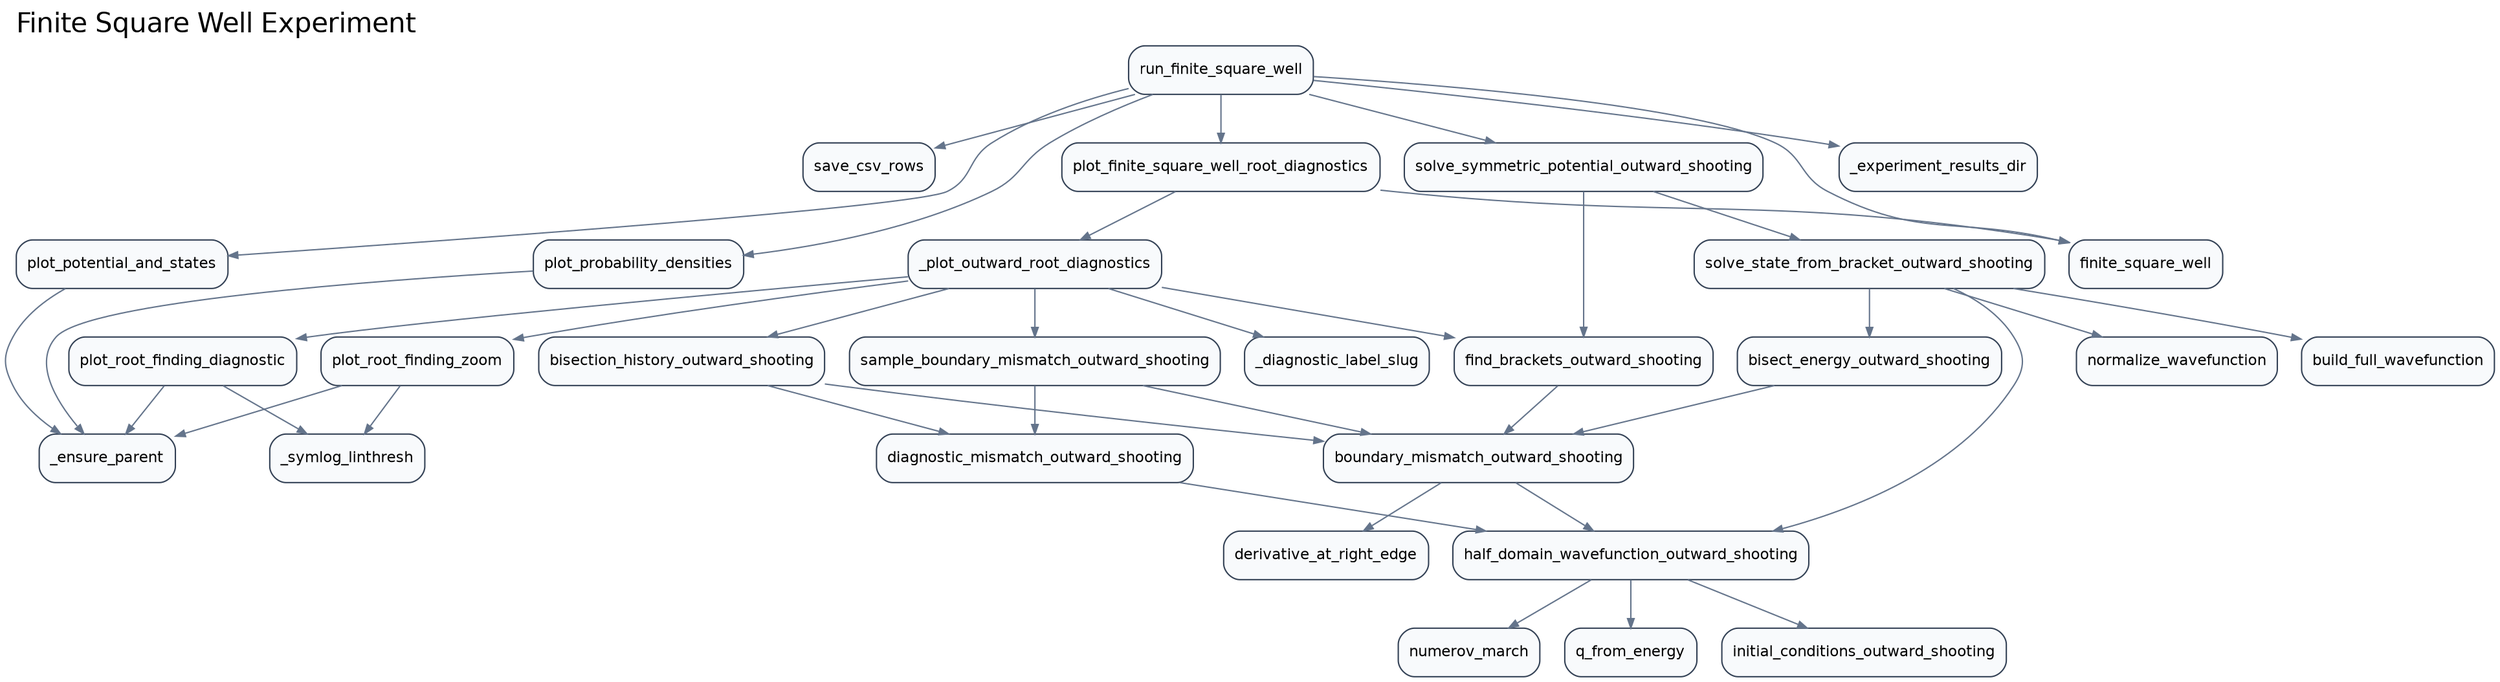
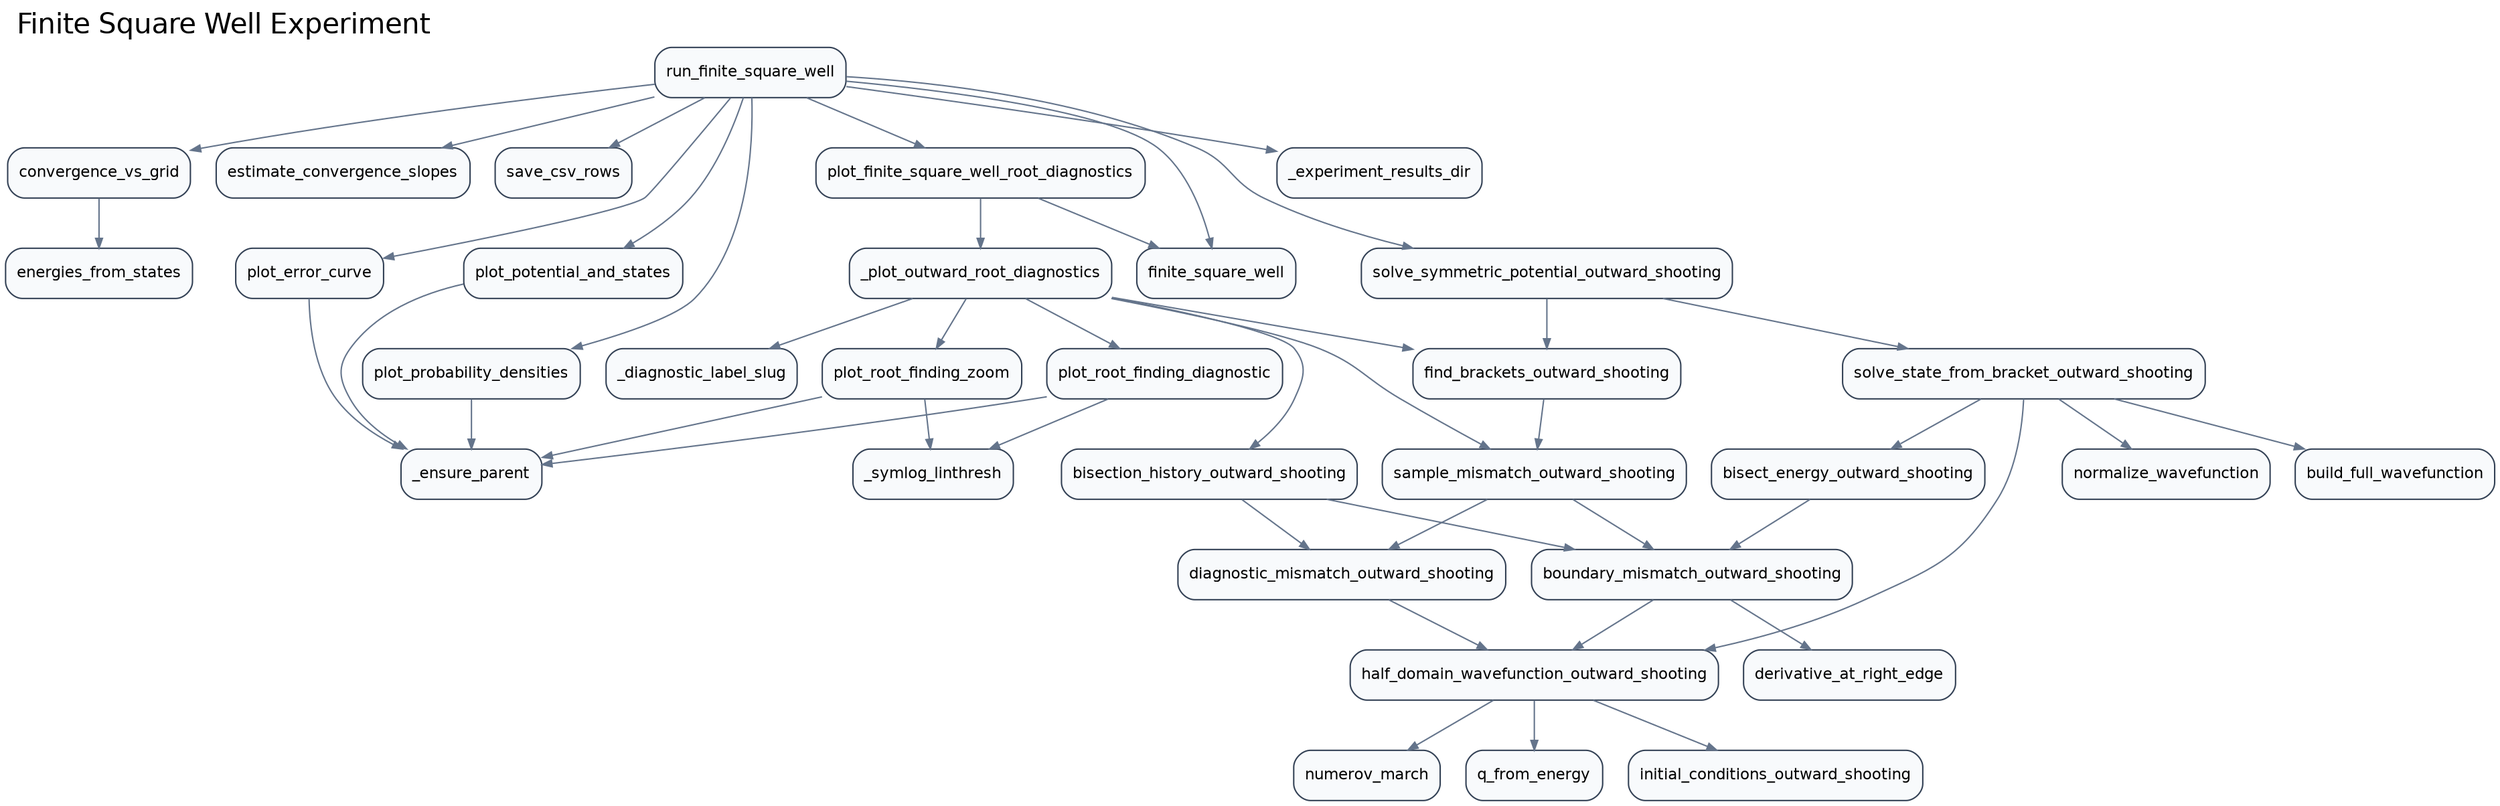
digraph G {
  rankdir="TB";
  graph [labeljust="l", labelloc="t", fontsize=20, fontname="Helvetica"];
  label="Finite Square Well Experiment";
  node [shape=box, style="rounded,filled", fillcolor="#F8FAFC", color="#334155", fontname="Helvetica", fontsize=11];
  edge [color="#64748B", arrowsize=0.7];
+   src_analysis_convergence_vs_grid [label="convergence_vs_grid"];
+   src_analysis_energies_from_states [label="energies_from_states"];
+   src_analysis_estimate_convergence_slopes [label="estimate_convergence_slopes"];
  src_analysis_save_csv_rows [label="save_csv_rows"];
  src_diagnostics__diagnostic_label_slug [label="_diagnostic_label_slug"];
  src_diagnostics__plot_outward_root_diagnostics [label="_plot_outward_root_diagnostics"];
  src_diagnostics_plot_finite_square_well_root_diagnostics [label="plot_finite_square_well_root_diagnostics"];
  src_experiments__experiment_results_dir [label="_experiment_results_dir"];
  src_experiments_run_finite_square_well [label="run_finite_square_well"];
  src_numerov_derivative_at_right_edge [label="derivative_at_right_edge"];
  src_numerov_normalize_wavefunction [label="normalize_wavefunction"];
  src_numerov_numerov_march [label="numerov_march"];
  src_numerov_q_from_energy [label="q_from_energy"];
  src_plotting__ensure_parent [label="_ensure_parent"];
  src_plotting__symlog_linthresh [label="_symlog_linthresh"];
+   src_plotting_plot_error_curve [label="plot_error_curve"];
  src_plotting_plot_potential_and_states [label="plot_potential_and_states"];
  src_plotting_plot_probability_densities [label="plot_probability_densities"];
  src_plotting_plot_root_finding_diagnostic [label="plot_root_finding_diagnostic"];
  src_plotting_plot_root_finding_zoom [label="plot_root_finding_zoom"];
  src_potentials_finite_square_well [label="finite_square_well"];
  src_shooting_bisect_energy_outward_shooting [label="bisect_energy_outward_shooting"];
  src_shooting_bisection_history_outward_shooting [label="bisection_history_outward_shooting"];
  src_shooting_boundary_mismatch_outward_shooting [label="boundary_mismatch_outward_shooting"];
  src_shooting_build_full_wavefunction [label="build_full_wavefunction"];
  src_shooting_diagnostic_mismatch_outward_shooting [label="diagnostic_mismatch_outward_shooting"];
  src_shooting_find_brackets_outward_shooting [label="find_brackets_outward_shooting"];
  src_shooting_half_domain_wavefunction_outward_shooting [label="half_domain_wavefunction_outward_shooting"];
  src_shooting_initial_conditions_outward_shooting [label="initial_conditions_outward_shooting"];
-   src_shooting_sample_boundary_mismatch_outward_shooting [label="sample_boundary_mismatch_outward_shooting"];
+   src_shooting_sample_mismatch_outward_shooting [label="sample_mismatch_outward_shooting"];
  src_shooting_solve_state_from_bracket_outward_shooting [label="solve_state_from_bracket_outward_shooting"];
  src_shooting_solve_symmetric_potential_outward_shooting [label="solve_symmetric_potential_outward_shooting"];
+   src_analysis_convergence_vs_grid -> src_analysis_energies_from_states;
  src_diagnostics__plot_outward_root_diagnostics -> src_diagnostics__diagnostic_label_slug;
  src_diagnostics__plot_outward_root_diagnostics -> src_plotting_plot_root_finding_diagnostic;
  src_diagnostics__plot_outward_root_diagnostics -> src_plotting_plot_root_finding_zoom;
  src_diagnostics__plot_outward_root_diagnostics -> src_shooting_bisection_history_outward_shooting;
  src_diagnostics__plot_outward_root_diagnostics -> src_shooting_find_brackets_outward_shooting;
-   src_diagnostics__plot_outward_root_diagnostics -> src_shooting_sample_boundary_mismatch_outward_shooting;
+   src_diagnostics__plot_outward_root_diagnostics -> src_shooting_sample_mismatch_outward_shooting;
  src_diagnostics_plot_finite_square_well_root_diagnostics -> src_diagnostics__plot_outward_root_diagnostics;
  src_diagnostics_plot_finite_square_well_root_diagnostics -> src_potentials_finite_square_well;
+   src_experiments_run_finite_square_well -> src_analysis_convergence_vs_grid;
+   src_experiments_run_finite_square_well -> src_analysis_estimate_convergence_slopes;
  src_experiments_run_finite_square_well -> src_analysis_save_csv_rows;
  src_experiments_run_finite_square_well -> src_diagnostics_plot_finite_square_well_root_diagnostics;
  src_experiments_run_finite_square_well -> src_experiments__experiment_results_dir;
+   src_experiments_run_finite_square_well -> src_plotting_plot_error_curve;
  src_experiments_run_finite_square_well -> src_plotting_plot_potential_and_states;
  src_experiments_run_finite_square_well -> src_plotting_plot_probability_densities;
  src_experiments_run_finite_square_well -> src_potentials_finite_square_well;
  src_experiments_run_finite_square_well -> src_shooting_solve_symmetric_potential_outward_shooting;
+   src_plotting_plot_error_curve -> src_plotting__ensure_parent;
  src_plotting_plot_potential_and_states -> src_plotting__ensure_parent;
  src_plotting_plot_probability_densities -> src_plotting__ensure_parent;
  src_plotting_plot_root_finding_diagnostic -> src_plotting__ensure_parent;
  src_plotting_plot_root_finding_diagnostic -> src_plotting__symlog_linthresh;
  src_plotting_plot_root_finding_zoom -> src_plotting__ensure_parent;
  src_plotting_plot_root_finding_zoom -> src_plotting__symlog_linthresh;
  src_shooting_bisect_energy_outward_shooting -> src_shooting_boundary_mismatch_outward_shooting;
  src_shooting_bisection_history_outward_shooting -> src_shooting_boundary_mismatch_outward_shooting;
  src_shooting_bisection_history_outward_shooting -> src_shooting_diagnostic_mismatch_outward_shooting;
  src_shooting_boundary_mismatch_outward_shooting -> src_numerov_derivative_at_right_edge;
  src_shooting_boundary_mismatch_outward_shooting -> src_shooting_half_domain_wavefunction_outward_shooting;
  src_shooting_diagnostic_mismatch_outward_shooting -> src_shooting_half_domain_wavefunction_outward_shooting;
-   src_shooting_find_brackets_outward_shooting -> src_shooting_boundary_mismatch_outward_shooting;
+   src_shooting_find_brackets_outward_shooting -> src_shooting_sample_mismatch_outward_shooting;
  src_shooting_half_domain_wavefunction_outward_shooting -> src_numerov_numerov_march;
  src_shooting_half_domain_wavefunction_outward_shooting -> src_numerov_q_from_energy;
  src_shooting_half_domain_wavefunction_outward_shooting -> src_shooting_initial_conditions_outward_shooting;
-   src_shooting_sample_boundary_mismatch_outward_shooting -> src_shooting_boundary_mismatch_outward_shooting;
-   src_shooting_sample_boundary_mismatch_outward_shooting -> src_shooting_diagnostic_mismatch_outward_shooting;
+   src_shooting_sample_mismatch_outward_shooting -> src_shooting_boundary_mismatch_outward_shooting;
+   src_shooting_sample_mismatch_outward_shooting -> src_shooting_diagnostic_mismatch_outward_shooting;
  src_shooting_solve_state_from_bracket_outward_shooting -> src_numerov_normalize_wavefunction;
  src_shooting_solve_state_from_bracket_outward_shooting -> src_shooting_bisect_energy_outward_shooting;
  src_shooting_solve_state_from_bracket_outward_shooting -> src_shooting_build_full_wavefunction;
  src_shooting_solve_state_from_bracket_outward_shooting -> src_shooting_half_domain_wavefunction_outward_shooting;
  src_shooting_solve_symmetric_potential_outward_shooting -> src_shooting_find_brackets_outward_shooting;
  src_shooting_solve_symmetric_potential_outward_shooting -> src_shooting_solve_state_from_bracket_outward_shooting;
}
